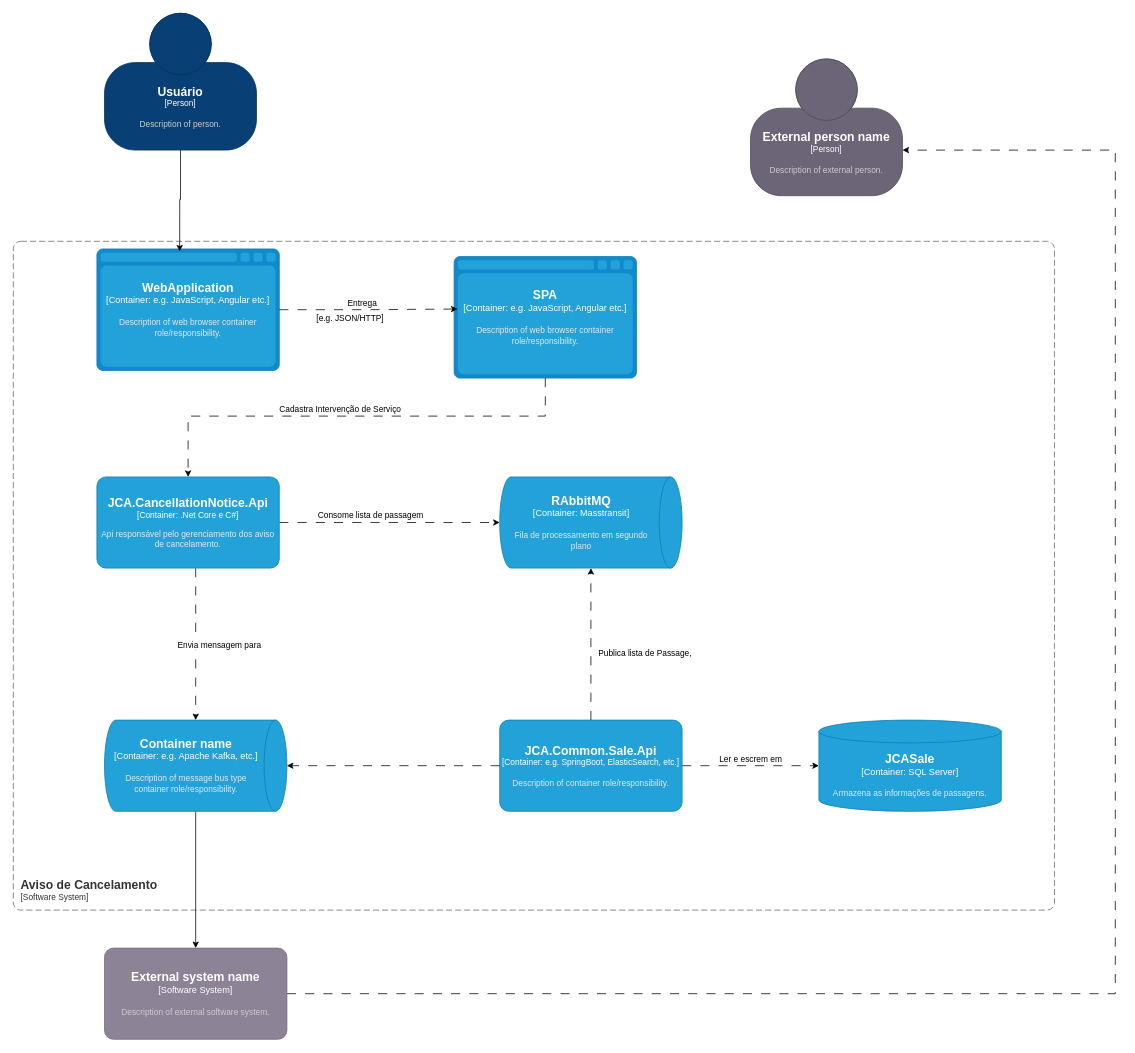
Earlier version of the draw.io diagram projetos/Aviso de Cancelamento.drawio (ppscarvalho/draw.io). Source tidied: cells renumbered, new cells numbered last; positions are measured from the earlier drawing's top-left corner, leaving out a move shared by most shapes. Both pictures are drawn from the tidied source at 76%, with x=0, y=0 at pixel (13, 13).
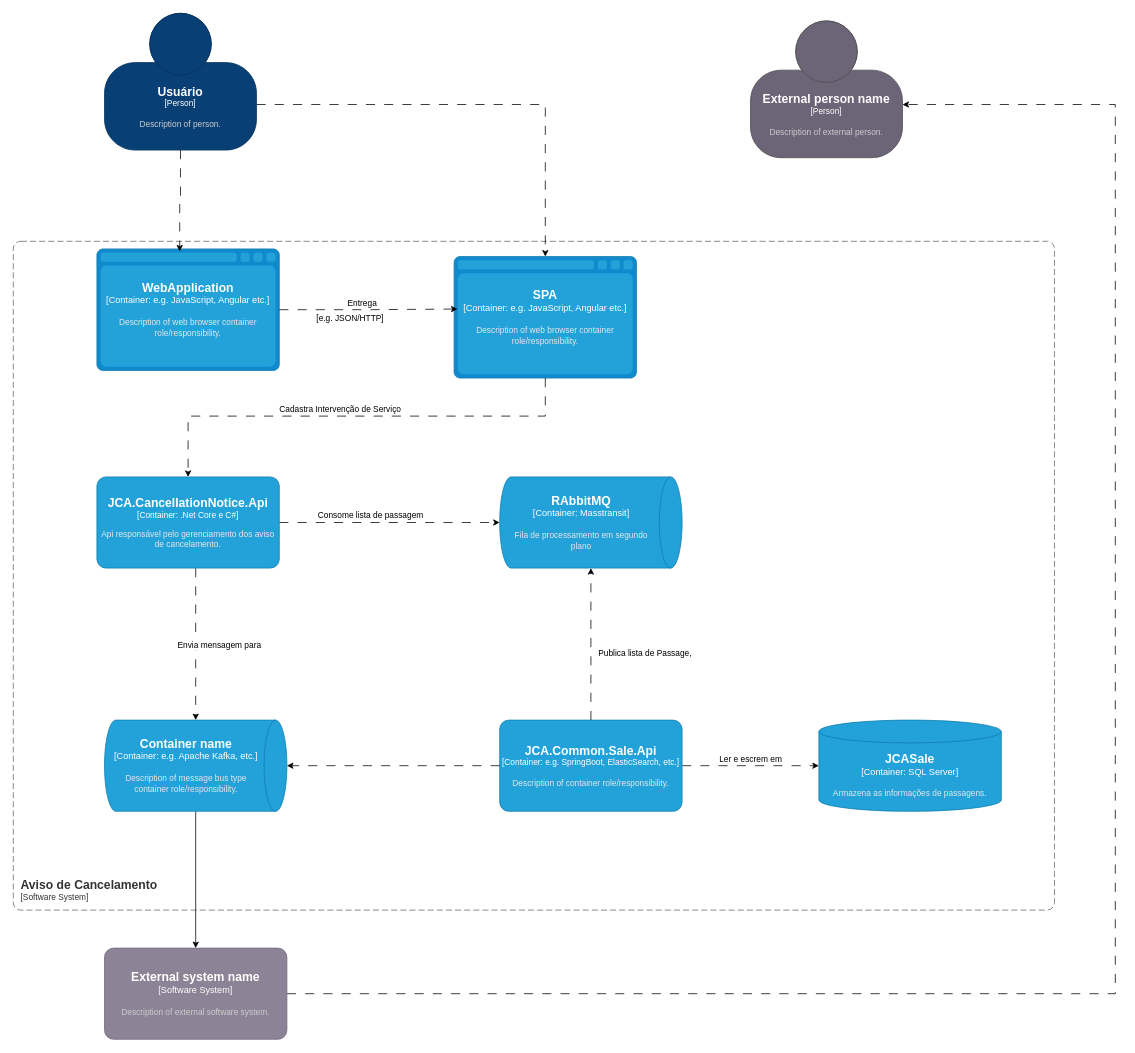
The same page after the edit.

The change refers to these unchanged cells:
```xml
<object id="3" label="&lt;font style=&quot;font-size: 16px&quot;&gt;&lt;b&gt;%c4Name%&lt;/b&gt;&lt;/font&gt;&lt;div&gt;[%c4Type%]&lt;/div&gt;&lt;br&gt;&lt;div&gt;&lt;font style=&quot;font-size: 11px&quot;&gt;&lt;font color=&quot;#cccccc&quot;&gt;%c4Description%&lt;/font&gt;&lt;/div&gt;" c4Description="Description of person." c4Name="Usuário" c4Type="Person" placeholders="1">
  <mxCell style="html=1;fontSize=11;dashed=0;whiteSpace=wrap;fillColor=#083F75;strokeColor=#06315C;fontColor=#ffffff;shape=mxgraph.c4.person2;align=center;points=[[0.5,0,0],[1,0.5,0],[1,0.75,0],[0.75,1,0],[0.5,1,0],[0.25,1,0],[0,0.75,0],[0,0.5,0]];" parent="1" vertex="1">
    <mxGeometry x="120" width="200" height="180" as="geometry" />
  </mxCell>
</object>
<object id="4" label="&lt;font style=&quot;font-size: 16px&quot;&gt;&lt;b&gt;%c4Type%&lt;/b&gt;&lt;/font&gt;&lt;div&gt;[%c4Container%:&amp;nbsp;%c4Technology%]&lt;/div&gt;&lt;br&gt;&lt;div&gt;&lt;font style=&quot;font-size: 11px&quot;&gt;&lt;font color=&quot;#E6E6E6&quot;&gt;%c4Description%&lt;/font&gt;&lt;/div&gt;" c4Container="Container" c4Description="Description of web browser container role/responsibility." c4Technology="e.g. JavaScript, Angular etc." c4Type="WebApplication" placeholders="1">
  <mxCell style="shape=mxgraph.c4.webBrowserContainer2;whiteSpace=wrap;html=1;boundedLbl=1;rounded=0;labelBackgroundColor=none;strokeColor=#118ACD;fillColor=#23A2D9;strokeColor=#118ACD;strokeColor2=#0E7DAD;fontSize=12;fontColor=#ffffff;align=center;points=[[0.5,0,0],[1,0.25,0],[1,0.5,0],[1,0.75,0],[0.5,1,0],[0,0.75,0],[0,0.5,0],[0,0.25,0]];" parent="1" vertex="1">
    <mxGeometry x="110" y="310" width="240" height="160" as="geometry" />
  </mxCell>
</object>
<object id="10" label="&lt;font style=&quot;font-size: 16px&quot;&gt;&lt;b&gt;%c4Type%&lt;/b&gt;&lt;/font&gt;&lt;div&gt;[%c4Container%:&amp;nbsp;%c4Technology%]&lt;/div&gt;&lt;br&gt;&lt;div&gt;&lt;font style=&quot;font-size: 11px&quot;&gt;&lt;font color=&quot;#E6E6E6&quot;&gt;%c4Description%&lt;/font&gt;&lt;/div&gt;" c4Container="Container" c4Description="Description of web browser container role/responsibility." c4Technology="e.g. JavaScript, Angular etc." c4Type="SPA" placeholders="1">
  <mxCell style="shape=mxgraph.c4.webBrowserContainer2;whiteSpace=wrap;html=1;boundedLbl=1;rounded=0;labelBackgroundColor=none;strokeColor=#118ACD;fillColor=#23A2D9;strokeColor=#118ACD;strokeColor2=#0E7DAD;fontSize=12;fontColor=#ffffff;align=center;points=[[0.5,0,0],[1,0.25,0],[1,0.5,0],[1,0.75,0],[0.5,1,0],[0,0.75,0],[0,0.5,0],[0,0.25,0]];" parent="1" vertex="1">
    <mxGeometry x="580" y="320" width="240" height="160" as="geometry" />
  </mxCell>
</object>
<object id="27" label="&lt;font style=&quot;font-size: 16px&quot;&gt;&lt;b&gt;%c4Name%&lt;/b&gt;&lt;/font&gt;&lt;div&gt;[%c4Type%]&lt;/div&gt;&lt;br&gt;&lt;div&gt;&lt;font style=&quot;font-size: 11px&quot;&gt;&lt;font color=&quot;#cccccc&quot;&gt;%c4Description%&lt;/font&gt;&lt;/div&gt;" c4Description="Description of external software system." c4Name="External system name" c4Type="Software System" placeholders="1">
  <mxCell style="rounded=1;whiteSpace=wrap;html=1;labelBackgroundColor=none;fillColor=#8C8496;fontColor=#ffffff;align=center;arcSize=10;strokeColor=#736782;points=[[0.25,0,0],[0.5,0,0],[0.75,0,0],[1,0.25,0],[1,0.5,0],[1,0.75,0],[0.75,1,0],[0.5,1,0],[0.25,1,0],[0,0.75,0],[0,0.5,0],[0,0.25,0]];" parent="1" vertex="1">
    <mxGeometry x="120" y="1230" width="240" height="120" as="geometry" />
  </mxCell>
</object>
```

Diff of the diagram source:
```diff
@@
+    <mxCell id="30" style="edgeStyle=orthogonalEdgeStyle;rounded=0;jettySize=auto;html=1;dashed=1;dashPattern=12 12;" parent="1" edge="1" source="3" target="10">
+      <mxGeometry relative="1" as="geometry">
+        <Array as="points">
+          <mxPoint x="700" y="120" />
+        </Array>
+      </mxGeometry>
+    </mxCell>
@@
     <mxCell id="26" style="edgeStyle=orthogonalEdgeStyle;rounded=0;jettySize=auto;html=1;dashed=1;dashPattern=12 12;" parent="1" edge="1" source="27" target="28">
       <mxGeometry relative="1" as="geometry">
         <Array as="points">
           <mxPoint x="1450" y="1290" />
-          <mxPoint x="1450" y="180" />
+          <mxPoint x="1450" y="120" />
         </Array>
       </mxGeometry>
     </mxCell>
@@
     <object id="28" label="&lt;font style=&quot;font-size: 16px&quot;&gt;&lt;b&gt;%c4Name%&lt;/b&gt;&lt;/font&gt;&lt;div&gt;[%c4Type%]&lt;/div&gt;&lt;br&gt;&lt;div&gt;&lt;font style=&quot;font-size: 11px&quot;&gt;&lt;font color=&quot;#cccccc&quot;&gt;%c4Description%&lt;/font&gt;&lt;/div&gt;" c4Description="Description of external person." c4Name="External person name" c4Type="Person" placeholders="1">
       <mxCell style="html=1;fontSize=11;dashed=0;whiteSpace=wrap;fillColor=#6C6477;strokeColor=#4D4D4D;fontColor=#ffffff;shape=mxgraph.c4.person2;align=center;points=[[0.5,0,0],[1,0.5,0],[1,0.75,0],[0.75,1,0],[0.5,1,0],[0.25,1,0],[0,0.75,0],[0,0.5,0]];" parent="1" vertex="1">
-        <mxGeometry x="970" y="60" width="200" height="180" as="geometry" />
+        <mxGeometry x="970" y="10" width="200" height="180" as="geometry" />
       </mxCell>
     </object>
-    <mxCell id="29" style="edgeStyle=orthogonalEdgeStyle;rounded=0;jettySize=auto;html=1;entryX=0.454;entryY=0.021;entryDx=0;entryDy=0;entryPerimeter=0;" parent="1" edge="1" source="3" target="4">
+    <mxCell id="29" style="edgeStyle=orthogonalEdgeStyle;rounded=0;jettySize=auto;html=1;entryX=0.454;entryY=0.021;entryDx=0;entryDy=0;entryPerimeter=0;dashed=1;dashPattern=12 12;" parent="1" edge="1" source="3" target="4">
       <mxGeometry relative="1" as="geometry" />
     </mxCell>
```
